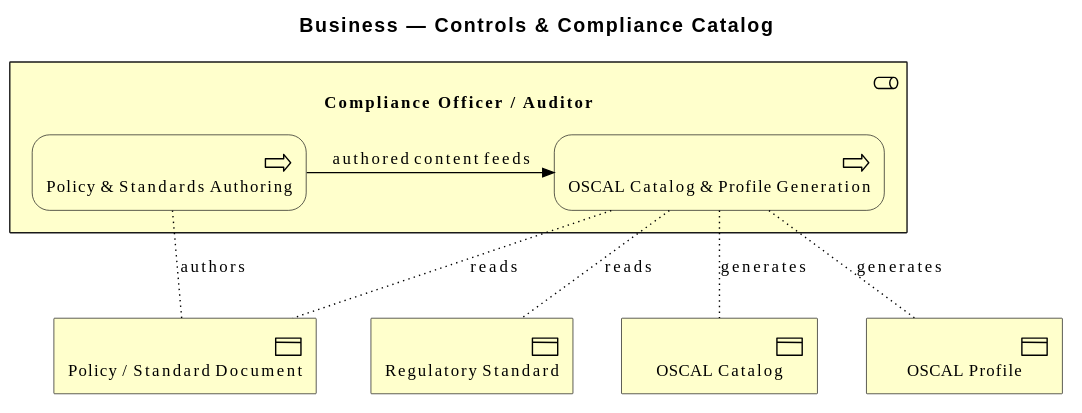
wolffy-au/frictionless-architect keeps this PlantUML diagram as architecture/model/diagrams/frictionless-architect-business-controls-catalog.svg. Above is the earlier version. The source it was exported from:
```plantuml
@startuml
!include <archimate/Archimate>

title Business — Controls & Compliance Catalog

Business_Object(e_idd915b3e838bf5b, "Regulatory Standard")
Business_Object(e_ide330e703d24759, "Policy / Standard Document")
Business_Object(e_id1d03973d3f5b52, "OSCAL Catalog")
Business_Object(e_id3a6eb7f6485a55, "OSCAL Profile")
Business_Role(e_id5e264d2f4bb551, "Compliance Officer / Auditor") {
  Business_Process(e_id14fa9f783d5350, "Policy & Standards Authoring")
  Business_Process(e_idfeca8b2013795e, "OSCAL Catalog & Profile Generation")
}

Rel_Access(e_id14fa9f783d5350, e_ide330e703d24759, "authors")
Rel_Access(e_idfeca8b2013795e, e_idd915b3e838bf5b, "reads")
Rel_Access(e_idfeca8b2013795e, e_ide330e703d24759, "reads")
Rel_Access(e_idfeca8b2013795e, e_id1d03973d3f5b52, "generates")
Rel_Access(e_idfeca8b2013795e, e_id3a6eb7f6485a55, "generates")
Rel_Triggering_Right(e_id14fa9f783d5350, e_idfeca8b2013795e, "authored content feeds")
@enduml
```
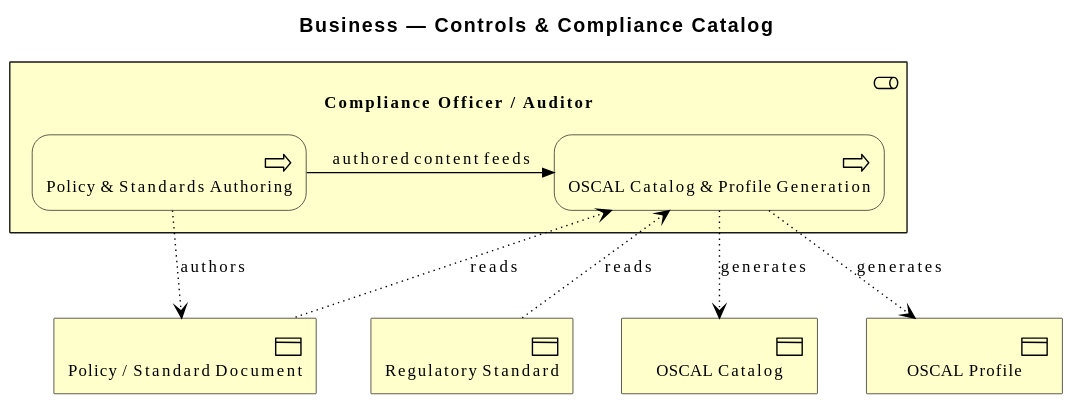
Later version of the same file.

Commit message:
fix(diagram-archimate): give Access relationships read/write arrowheads

What changed in the source:
```diff
@@ -12,10 +12,10 @@
   Business_Process(e_idfeca8b2013795e, "OSCAL Catalog & Profile Generation")
 }
 
-Rel_Access(e_id14fa9f783d5350, e_ide330e703d24759, "authors")
-Rel_Access(e_idfeca8b2013795e, e_idd915b3e838bf5b, "reads")
-Rel_Access(e_idfeca8b2013795e, e_ide330e703d24759, "reads")
-Rel_Access(e_idfeca8b2013795e, e_id1d03973d3f5b52, "generates")
-Rel_Access(e_idfeca8b2013795e, e_id3a6eb7f6485a55, "generates")
+Rel_Access_w(e_id14fa9f783d5350, e_ide330e703d24759, "authors")
+Rel_Access_r(e_idfeca8b2013795e, e_idd915b3e838bf5b, "reads")
+Rel_Access_r(e_idfeca8b2013795e, e_ide330e703d24759, "reads")
+Rel_Access_w(e_idfeca8b2013795e, e_id1d03973d3f5b52, "generates")
+Rel_Access_w(e_idfeca8b2013795e, e_id3a6eb7f6485a55, "generates")
 Rel_Triggering_Right(e_id14fa9f783d5350, e_idfeca8b2013795e, "authored content feeds")
 @enduml
```
